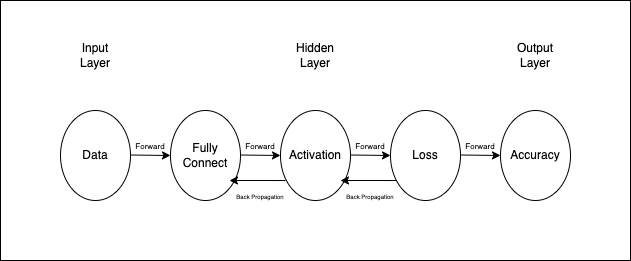
The draw.io diagram TestResultGraph/NN Flowchart.drawio.png in HarryDYC/OCR, before a commit. Source tidied: cells renumbered, new cells last; positions are measured from the earlier drawing's top-left corner, leaving out a move shared by most shapes.
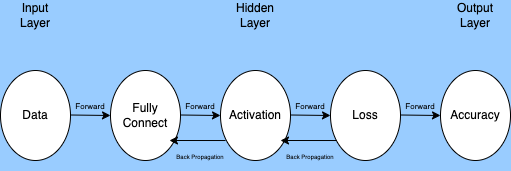
Above is the later version.

Change to the diagram source:
```diff
@@ -1,10 +1,7 @@
-<mxGraphModel>
+<mxGraphModel background="#99CCFF">
   <root>
     <mxCell id="0" />
     <mxCell id="1" parent="0" />
-    <mxCell id="2" style="whiteSpace=wrap;html=1;fontSize=6;" parent="1" vertex="1">
-      <mxGeometry width="630" height="260" as="geometry" />
-    </mxCell>
     <mxCell id="3" style="ellipse;whiteSpace=wrap;html=1;" parent="1" vertex="1">
       <mxGeometry x="60" y="110" width="70" height="90" as="geometry" />
     </mxCell>
```
